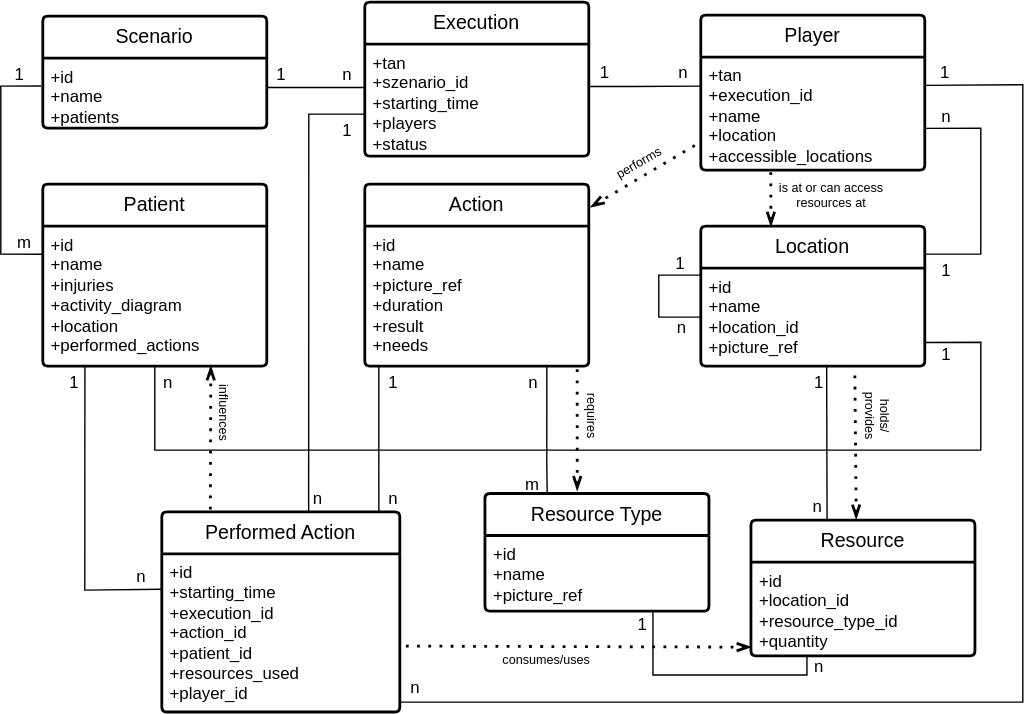
MANVSim/MANVSim keeps this draw.io diagram as doc/server/entity_relation_runtime.svg. Above is the earlier version. Source tidied: cells renumbered, new cells last; positions are measured from the earlier drawing's top-left corner, leaving out a move shared by most shapes.
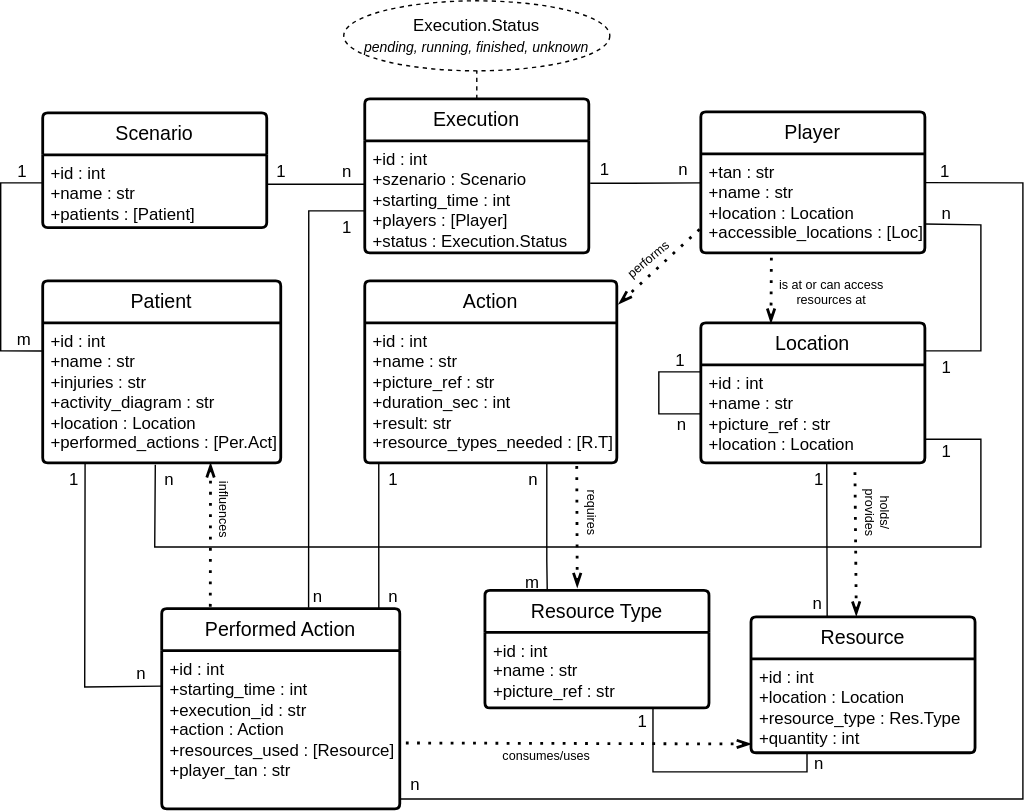
Above is the later version.

What changed in the source:
```diff
@@ -3,18 +3,18 @@
     <mxCell id="0" />
     <mxCell id="1" parent="0" />
     <mxCell id="2" value="Scenario" style="swimlane;horizontal=1;startSize=30;rounded=1;fontSize=14;fontStyle=0;strokeWidth=2;shadow=0;dashed=0;align=center;arcSize=4;whiteSpace=wrap;html=1;" parent="1" vertex="1">
-      <mxGeometry x="30" y="10" width="160" height="80" as="geometry" />
+      <mxGeometry x="30" y="10" width="160" height="82" as="geometry" />
     </mxCell>
-    <mxCell id="3" value="+id&lt;div&gt;+name&lt;br&gt;&lt;/div&gt;&lt;div&gt;+patients&lt;/div&gt;" style="align=left;strokeColor=none;fillColor=none;spacingLeft=4;fontSize=12;verticalAlign=top;html=1;" parent="2" vertex="1">
-      <mxGeometry y="30" width="160" height="50" as="geometry" />
+    <mxCell id="3" value="+id : int&lt;div&gt;+name : str&lt;br&gt;&lt;/div&gt;&lt;div&gt;+patients : [Patient]&lt;/div&gt;" style="align=left;strokeColor=none;fillColor=none;spacingLeft=4;fontSize=12;verticalAlign=top;html=1;" parent="2" vertex="1">
+      <mxGeometry y="30" width="160" height="52" as="geometry" />
     </mxCell>
     <mxCell id="4" value="Patient" style="swimlane;horizontal=1;startSize=30;rounded=1;fontSize=14;fontStyle=0;strokeWidth=2;shadow=0;dashed=0;align=center;arcSize=4;whiteSpace=wrap;html=1;" parent="1" vertex="1">
-      <mxGeometry x="30" y="130" width="160" height="130" as="geometry" />
+      <mxGeometry x="30" y="130" width="170" height="130" as="geometry" />
     </mxCell>
-    <mxCell id="5" value="+id&lt;div&gt;+name&lt;br&gt;&lt;/div&gt;&lt;div&gt;+injuries&lt;/div&gt;&lt;div&gt;+activity_diagram&lt;/div&gt;&lt;div&gt;+location&lt;/div&gt;&lt;div&gt;+performed_actions&lt;/div&gt;" style="align=left;strokeColor=none;fillColor=none;spacingLeft=4;fontSize=12;verticalAlign=top;html=1;" parent="4" vertex="1">
-      <mxGeometry y="30" width="160" height="100" as="geometry" />
+    <mxCell id="5" value="+id : int&lt;div&gt;+name : str&lt;br&gt;&lt;/div&gt;&lt;div&gt;+injuries : str&lt;/div&gt;&lt;div&gt;+activity_diagram : str&lt;/div&gt;&lt;div&gt;+location : Location&lt;/div&gt;&lt;div&gt;+performed_actions : [Per.Act]&lt;/div&gt;" style="align=left;strokeColor=none;fillColor=none;spacingLeft=4;fontSize=12;verticalAlign=top;html=1;" parent="4" vertex="1">
+      <mxGeometry y="30" width="170" height="100" as="geometry" />
     </mxCell>
-    <mxCell id="6" style="endArrow=none;html=1;rounded=0;entryX=-0.007;entryY=0.399;entryDx=0;entryDy=0;exitX=-0.001;exitY=0.201;exitDx=0;exitDy=0;exitPerimeter=0;entryPerimeter=0;" parent="1" edge="1" source="5" target="3">
+    <mxCell id="6" style="endArrow=none;html=1;rounded=0;entryX=0.003;entryY=0.385;entryDx=0;entryDy=0;exitX=-0.001;exitY=0.201;exitDx=0;exitDy=0;exitPerimeter=0;entryPerimeter=0;" parent="1" edge="1" source="5" target="3">
       <mxGeometry relative="1" as="geometry">
         <Array as="points">
           <mxPoint y="180" />
@@ -33,22 +33,22 @@
       </mxGeometry>
     </mxCell>
     <mxCell id="9" value="Action" style="swimlane;horizontal=1;startSize=30;rounded=1;fontSize=14;fontStyle=0;strokeWidth=2;shadow=0;dashed=0;align=center;arcSize=4;whiteSpace=wrap;html=1;" parent="1" vertex="1">
-      <mxGeometry x="260" y="130" width="160" height="130" as="geometry" />
+      <mxGeometry x="260" y="130" width="180" height="130" as="geometry" />
     </mxCell>
-    <mxCell id="10" value="+id&lt;div&gt;+name&lt;br&gt;&lt;/div&gt;&lt;div&gt;+picture_ref&lt;/div&gt;&lt;div&gt;+duration&lt;/div&gt;&lt;div&gt;+result&lt;/div&gt;&lt;div&gt;+needs&lt;/div&gt;" style="align=left;strokeColor=none;fillColor=none;spacingLeft=4;fontSize=12;verticalAlign=top;html=1;" parent="9" vertex="1">
-      <mxGeometry y="30" width="160" height="100" as="geometry" />
+    <mxCell id="10" value="+id : int&lt;div&gt;+name : str&lt;br&gt;&lt;/div&gt;&lt;div&gt;+picture_ref : str&lt;/div&gt;&lt;div&gt;+duration_sec : int&lt;/div&gt;&lt;div&gt;+result: str&lt;/div&gt;&lt;div&gt;+resource_types_needed : [R.T]&lt;/div&gt;" style="align=left;strokeColor=none;fillColor=none;spacingLeft=4;fontSize=12;verticalAlign=top;html=1;" parent="9" vertex="1">
+      <mxGeometry y="30" width="180" height="100" as="geometry" />
     </mxCell>
     <mxCell id="11" value="Execution" style="swimlane;horizontal=1;startSize=30;rounded=1;fontSize=14;fontStyle=0;strokeWidth=2;shadow=0;dashed=0;align=center;arcSize=4;whiteSpace=wrap;html=1;" parent="1" vertex="1">
       <mxGeometry x="260" width="160" height="110" as="geometry" />
     </mxCell>
-    <mxCell id="12" value="&lt;div&gt;+tan&lt;/div&gt;&lt;div&gt;+szenario_id&lt;/div&gt;&lt;div&gt;+starting_time&lt;/div&gt;&lt;div&gt;+players&lt;/div&gt;&lt;div&gt;+status&lt;/div&gt;" style="align=left;strokeColor=none;fillColor=none;spacingLeft=4;fontSize=12;verticalAlign=top;html=1;" parent="11" vertex="1">
+    <mxCell id="12" value="&lt;div&gt;+id : int&lt;/div&gt;&lt;div&gt;+szenario : Scenario&lt;/div&gt;&lt;div&gt;+starting_time : int&lt;/div&gt;&lt;div&gt;+players : [Player]&lt;/div&gt;&lt;div&gt;+status : Execution.Status&lt;/div&gt;" style="align=left;strokeColor=none;fillColor=none;spacingLeft=4;fontSize=12;verticalAlign=top;html=1;" parent="11" vertex="1">
       <mxGeometry y="30" width="160" height="80" as="geometry" />
     </mxCell>
     <mxCell id="13" value="Player" style="swimlane;horizontal=1;startSize=30;rounded=1;fontSize=14;fontStyle=0;strokeWidth=2;shadow=0;dashed=0;align=center;arcSize=4;whiteSpace=wrap;html=1;" parent="1" vertex="1">
-      <mxGeometry x="500" y="9.3" width="160" height="110.7" as="geometry" />
+      <mxGeometry x="500" y="9.3" width="160" height="100.7" as="geometry" />
     </mxCell>
-    <mxCell id="14" value="+tan&lt;div&gt;+execution_id&lt;br&gt;&lt;div&gt;+name&lt;br&gt;&lt;/div&gt;&lt;/div&gt;&lt;div&gt;+location&lt;/div&gt;&lt;div&gt;+accessible_locations&lt;/div&gt;" style="align=left;strokeColor=none;fillColor=none;spacingLeft=4;fontSize=12;verticalAlign=top;html=1;" parent="13" vertex="1">
-      <mxGeometry y="30" width="160" height="80.7" as="geometry" />
+    <mxCell id="14" value="+tan : str&lt;div&gt;&lt;div&gt;+name : str&lt;br&gt;&lt;/div&gt;&lt;/div&gt;&lt;div&gt;+location : Location&lt;/div&gt;&lt;div&gt;+accessible_locations : [Loc]&lt;/div&gt;" style="align=left;strokeColor=none;fillColor=none;spacingLeft=4;fontSize=12;verticalAlign=top;html=1;" parent="13" vertex="1">
+      <mxGeometry y="30" width="160" height="70.7" as="geometry" />
     </mxCell>
     <mxCell id="15" style="endArrow=none;html=1;rounded=0;" parent="1" edge="1">
       <mxGeometry relative="1" as="geometry">
@@ -70,19 +70,19 @@
     <mxCell id="18" value="Location" style="swimlane;horizontal=1;startSize=30;rounded=1;fontSize=14;fontStyle=0;strokeWidth=2;shadow=0;dashed=0;align=center;arcSize=4;whiteSpace=wrap;html=1;" parent="1" vertex="1">
       <mxGeometry x="500" y="160" width="160" height="100" as="geometry" />
     </mxCell>
-    <mxCell id="19" value="+id&lt;div&gt;+name&lt;br&gt;&lt;/div&gt;&lt;div&gt;+location_id&lt;/div&gt;&lt;div&gt;+picture_ref&lt;/div&gt;" style="align=left;strokeColor=none;fillColor=none;spacingLeft=4;fontSize=12;verticalAlign=top;html=1;" parent="18" vertex="1">
+    <mxCell id="19" value="+id : int&lt;div&gt;+name : str&lt;br&gt;&lt;/div&gt;&lt;div&gt;+&lt;span style=&quot;background-color: initial;&quot;&gt;picture_ref : str&amp;nbsp;&lt;/span&gt;&lt;/div&gt;&lt;div&gt;+&lt;span style=&quot;background-color: initial;&quot;&gt;location : Location&lt;/span&gt;&lt;/div&gt;" style="align=left;strokeColor=none;fillColor=none;spacingLeft=4;fontSize=12;verticalAlign=top;html=1;" parent="18" vertex="1">
       <mxGeometry y="30" width="160" height="70" as="geometry" />
     </mxCell>
     <mxCell id="20" value="Resource" style="swimlane;horizontal=1;startSize=30;rounded=1;fontSize=14;fontStyle=0;strokeWidth=2;shadow=0;dashed=0;align=center;arcSize=4;whiteSpace=wrap;html=1;" parent="1" vertex="1">
       <mxGeometry x="535.8" y="370" width="160" height="97" as="geometry" />
     </mxCell>
-    <mxCell id="21" value="+id&lt;div&gt;+location_id&lt;/div&gt;&lt;div&gt;+resource_type_id&lt;br&gt;+quantity&lt;/div&gt;" style="align=left;strokeColor=none;fillColor=none;spacingLeft=4;fontSize=12;verticalAlign=top;html=1;" parent="20" vertex="1">
+    <mxCell id="21" value="+id : int&lt;div&gt;+location : Location&amp;nbsp;&lt;/div&gt;&lt;div&gt;+resource_type : Res.Type&lt;br&gt;+quantity : int&lt;/div&gt;" style="align=left;strokeColor=none;fillColor=none;spacingLeft=4;fontSize=12;verticalAlign=top;html=1;" parent="20" vertex="1">
       <mxGeometry y="30" width="160" height="67" as="geometry" />
     </mxCell>
     <mxCell id="22" value="Resource Type" style="swimlane;horizontal=1;startSize=30;rounded=1;fontSize=14;fontStyle=0;strokeWidth=2;shadow=0;dashed=0;align=center;arcSize=4;whiteSpace=wrap;html=1;" parent="1" vertex="1">
       <mxGeometry x="345.8" y="351" width="160" height="84" as="geometry" />
     </mxCell>
-    <mxCell id="23" value="+id&lt;div&gt;+name&lt;br&gt;&lt;/div&gt;&lt;div&gt;+picture_ref&lt;/div&gt;" style="align=left;strokeColor=none;fillColor=none;spacingLeft=4;fontSize=12;verticalAlign=top;html=1;" parent="22" vertex="1">
+    <mxCell id="23" value="+id : int&lt;div&gt;+name : str&lt;br&gt;&lt;/div&gt;&lt;div&gt;+picture_ref : str&lt;/div&gt;" style="align=left;strokeColor=none;fillColor=none;spacingLeft=4;fontSize=12;verticalAlign=top;html=1;" parent="22" vertex="1">
       <mxGeometry y="30" width="160" height="54" as="geometry" />
     </mxCell>
     <mxCell id="24" style="endArrow=none;html=1;rounded=0;exitX=0;exitY=0;exitDx=0;exitDy=0;" parent="1" edge="1">
@@ -103,7 +103,7 @@
     <mxCell id="26" value="1" style="html=1;whiteSpace=wrap;align=right;verticalAlign=bottom;" parent="1" vertex="1">
       <mxGeometry x="490" y="195" as="geometry" />
     </mxCell>
-    <mxCell id="27" style="endArrow=none;html=1;rounded=0;exitX=1;exitY=0.759;exitDx=0;exitDy=0;exitPerimeter=0;entryX=0.5;entryY=1;entryDx=0;entryDy=0;" parent="1" edge="1" source="19" target="4">
+    <mxCell id="27" style="endArrow=none;html=1;rounded=0;exitX=1;exitY=0.759;exitDx=0;exitDy=0;exitPerimeter=0;entryX=0.473;entryY=1.013;entryDx=0;entryDy=0;entryPerimeter=0;" parent="1" edge="1" source="19" target="5">
       <mxGeometry relative="1" as="geometry">
         <Array as="points">
           <mxPoint x="700" y="243" />
@@ -141,7 +141,7 @@
     <mxCell id="33" value="1" style="html=1;whiteSpace=wrap;align=right;verticalAlign=bottom;" parent="1" vertex="1">
       <mxGeometry x="589" y="280" as="geometry" />
     </mxCell>
-    <mxCell id="34" style="endArrow=none;html=1;rounded=0;entryX=1;entryY=0.25;entryDx=0;entryDy=0;exitX=0.999;exitY=0.631;exitDx=0;exitDy=0;strokeColor=#000000;exitPerimeter=0;" parent="1" edge="1" source="14">
+    <mxCell id="34" style="endArrow=none;html=1;rounded=0;entryX=1;entryY=0.25;entryDx=0;entryDy=0;exitX=0.998;exitY=0.708;exitDx=0;exitDy=0;strokeColor=#000000;exitPerimeter=0;" parent="1" edge="1" source="14">
       <mxGeometry relative="1" as="geometry">
         <mxPoint x="660" y="180" as="targetPoint" />
         <Array as="points">
@@ -199,13 +199,13 @@
     <mxCell id="44" value="n" style="html=1;whiteSpace=wrap;align=right;verticalAlign=bottom;" parent="1" vertex="1">
       <mxGeometry x="589" y="483" as="geometry" />
     </mxCell>
-    <mxCell id="45" style="endArrow=none;dashed=1;html=1;dashPattern=1 3;strokeWidth=2;rounded=0;startArrow=openThin;startFill=0;exitX=0.75;exitY=1;exitDx=0;exitDy=0;entryX=0.204;entryY=-0.006;entryDx=0;entryDy=0;entryPerimeter=0;" parent="1" edge="1" source="4" target="53">
+    <mxCell id="45" style="endArrow=none;dashed=1;html=1;dashPattern=1 3;strokeWidth=2;rounded=0;startArrow=openThin;startFill=0;exitX=0.705;exitY=1.002;exitDx=0;exitDy=0;entryX=0.204;entryY=-0.006;entryDx=0;entryDy=0;entryPerimeter=0;exitPerimeter=0;" parent="1" edge="1" source="5" target="53">
       <mxGeometry relative="1" as="geometry" />
     </mxCell>
     <mxCell id="46" value="influences" style="text;html=1;align=center;verticalAlign=middle;whiteSpace=wrap;rounded=0;fontSize=9;rotation=90;" parent="1" vertex="1">
       <mxGeometry x="121.8" y="290.6" width="75.5" height="5" as="geometry" />
     </mxCell>
-    <mxCell id="47" style="endArrow=none;dashed=1;html=1;dashPattern=1 3;strokeWidth=2;rounded=0;startArrow=openThin;startFill=0;entryX=0.948;entryY=0.998;entryDx=0;entryDy=0;entryPerimeter=0;exitX=0.412;exitY=-0.027;exitDx=0;exitDy=0;exitPerimeter=0;" parent="1" edge="1" source="22" target="10">
+    <mxCell id="47" style="endArrow=none;dashed=1;html=1;dashPattern=1 3;strokeWidth=2;rounded=0;startArrow=openThin;startFill=0;entryX=0.841;entryY=1.002;entryDx=0;entryDy=0;entryPerimeter=0;exitX=0.412;exitY=-0.027;exitDx=0;exitDy=0;exitPerimeter=0;" parent="1" edge="1" source="22" target="10">
       <mxGeometry relative="1" as="geometry" />
     </mxCell>
     <mxCell id="48" value="requires" style="text;html=1;align=center;verticalAlign=middle;whiteSpace=wrap;rounded=0;fontSize=9;rotation=90;" parent="1" vertex="1">
@@ -219,10 +219,9 @@
     <mxCell id="50" value="holds/&lt;br&gt;provides" style="text;html=1;align=center;verticalAlign=middle;whiteSpace=wrap;rounded=0;fontSize=9;rotation=90;" parent="1" vertex="1">
       <mxGeometry x="600" y="280" width="53.8" height="31.2" as="geometry" />
     </mxCell>
-    <mxCell id="51" style="endArrow=none;dashed=1;html=1;dashPattern=1 3;strokeWidth=2;rounded=0;startArrow=openThin;startFill=0;entryX=0.687;entryY=1.003;entryDx=0;entryDy=0;entryPerimeter=0;" parent="1" edge="1">
+    <mxCell id="51" style="endArrow=none;dashed=1;html=1;dashPattern=1 3;strokeWidth=2;rounded=0;startArrow=openThin;startFill=0;entryX=0.315;entryY=0.991;entryDx=0;entryDy=0;entryPerimeter=0;" parent="1" edge="1" target="14">
       <mxGeometry relative="1" as="geometry">
         <mxPoint x="550.1" y="160" as="sourcePoint" />
-        <mxPoint x="550" y="120.2" as="targetPoint" />
       </mxGeometry>
     </mxCell>
     <mxCell id="52" value="is at or can access resources at" style="text;html=1;align=center;verticalAlign=middle;whiteSpace=wrap;rounded=0;fontSize=9;rotation=0;" parent="1" vertex="1">
@@ -231,7 +230,7 @@
     <mxCell id="53" value="Performed Action" style="swimlane;horizontal=1;startSize=30;rounded=1;fontSize=14;fontStyle=0;strokeWidth=2;shadow=0;dashed=0;align=center;arcSize=4;whiteSpace=wrap;html=1;" parent="1" vertex="1">
       <mxGeometry x="115" y="364.1" width="170" height="143" as="geometry" />
     </mxCell>
-    <mxCell id="54" value="+id&lt;div&gt;+starting_time&lt;br&gt;&lt;/div&gt;&lt;div&gt;+execution_id&lt;/div&gt;&lt;div&gt;+action_id&lt;/div&gt;&lt;div&gt;+patient_id&lt;/div&gt;&lt;div&gt;+resources_used&lt;/div&gt;&lt;div&gt;+player_id&lt;/div&gt;" style="align=left;strokeColor=none;fillColor=none;spacingLeft=4;fontSize=12;verticalAlign=top;html=1;" parent="53" vertex="1">
+    <mxCell id="54" value="+id : int&lt;div&gt;+starting_time : int&lt;br&gt;&lt;/div&gt;&lt;div&gt;+execution_id : str&lt;/div&gt;&lt;div&gt;+action : Action&lt;/div&gt;&lt;div&gt;+resources_used : [Resource]&lt;/div&gt;&lt;div&gt;+player_tan : str&lt;/div&gt;" style="align=left;strokeColor=none;fillColor=none;spacingLeft=4;fontSize=12;verticalAlign=top;html=1;" parent="53" vertex="1">
       <mxGeometry y="30" width="170" height="113" as="geometry" />
     </mxCell>
     <mxCell id="55" style="endArrow=none;html=1;rounded=0;exitX=0;exitY=0.75;exitDx=0;exitDy=0;entryX=0.617;entryY=-0.004;entryDx=0;entryDy=0;entryPerimeter=0;" parent="1" edge="1" target="53">
@@ -250,7 +249,7 @@
     <mxCell id="57" value="1" style="html=1;whiteSpace=wrap;align=right;verticalAlign=bottom;" parent="1" vertex="1">
       <mxGeometry x="252" y="100" as="geometry" />
     </mxCell>
-    <mxCell id="58" style="endArrow=none;html=1;rounded=0;entryX=-0.001;entryY=0.224;entryDx=0;entryDy=0;exitX=0.188;exitY=1.001;exitDx=0;exitDy=0;exitPerimeter=0;entryPerimeter=0;" parent="1" edge="1" source="5" target="54">
+    <mxCell id="58" style="endArrow=none;html=1;rounded=0;entryX=-0.001;entryY=0.224;entryDx=0;entryDy=0;exitX=0.178;exitY=0.997;exitDx=0;exitDy=0;exitPerimeter=0;entryPerimeter=0;" parent="1" edge="1" source="5" target="54">
       <mxGeometry relative="1" as="geometry">
         <Array as="points">
           <mxPoint x="60" y="420" />
@@ -281,12 +280,12 @@
     <mxCell id="63" value="1" style="html=1;whiteSpace=wrap;align=right;verticalAlign=bottom;" parent="1" vertex="1">
       <mxGeometry x="285" y="280" as="geometry" />
     </mxCell>
-    <mxCell id="64" style="endArrow=none;html=1;rounded=0;entryX=1;entryY=0.25;entryDx=0;entryDy=0;" parent="1" edge="1" target="14">
+    <mxCell id="64" style="endArrow=none;html=1;rounded=0;entryX=0.999;entryY=0.29;entryDx=0;entryDy=0;entryPerimeter=0;" parent="1" edge="1" target="14">
       <mxGeometry relative="1" as="geometry">
         <mxPoint x="285" y="500" as="sourcePoint" />
         <Array as="points">
           <mxPoint x="730" y="500" />
-          <mxPoint x="730" y="59" />
+          <mxPoint x="730" y="60" />
         </Array>
       </mxGeometry>
     </mxCell>
@@ -303,8 +302,8 @@
     <mxCell id="67" style="endArrow=none;dashed=1;html=1;dashPattern=1 3;strokeWidth=2;rounded=0;startArrow=openThin;startFill=0;entryX=0;entryY=0.75;entryDx=0;entryDy=0;exitX=1.008;exitY=0.126;exitDx=0;exitDy=0;exitPerimeter=0;" parent="1" edge="1" source="9" target="14">
       <mxGeometry relative="1" as="geometry" />
     </mxCell>
-    <mxCell id="68" value="performs" style="text;html=1;align=center;verticalAlign=middle;whiteSpace=wrap;rounded=0;fontSize=9;rotation=-30;" parent="1" vertex="1">
-      <mxGeometry x="421.4" y="109.6" width="70" height="10" as="geometry" />
+    <mxCell id="68" value="performs" style="text;html=1;align=center;verticalAlign=middle;whiteSpace=wrap;rounded=0;fontSize=9;rotation=-40;" parent="1" vertex="1">
+      <mxGeometry x="428" y="110" width="70" height="10" as="geometry" />
     </mxCell>
     <mxCell id="69" style="endArrow=none;dashed=1;html=1;dashPattern=1 3;strokeWidth=2;rounded=0;startArrow=openThin;startFill=0;exitX=-0.004;exitY=0.907;exitDx=0;exitDy=0;entryX=1;entryY=0.569;entryDx=0;entryDy=0;entryPerimeter=0;exitPerimeter=0;" parent="1" edge="1">
       <mxGeometry relative="1" as="geometry">
@@ -315,5 +314,11 @@
     <mxCell id="70" value="consumes/uses" style="text;html=1;align=center;verticalAlign=middle;whiteSpace=wrap;rounded=0;fontSize=9;rotation=0;" parent="1" vertex="1">
       <mxGeometry x="355" y="460" width="70" height="20" as="geometry" />
     </mxCell>
+    <mxCell id="71" value="Execution.Status&lt;br&gt;&lt;i&gt;&lt;font style=&quot;font-size: 10px;&quot;&gt;pending, running, finished, unknown&lt;/font&gt;&lt;/i&gt;" style="ellipse;whiteSpace=wrap;html=1;align=center;dashed=1;" parent="1" vertex="1">
+      <mxGeometry x="245" y="-70" width="190" height="50" as="geometry" />
+    </mxCell>
+    <mxCell id="72" style="endArrow=none;dashed=1;html=1;rounded=0;exitX=0.5;exitY=0;exitDx=0;exitDy=0;entryX=0.5;entryY=1;entryDx=0;entryDy=0;" parent="1" edge="1" source="11" target="71">
+      <mxGeometry relative="1" as="geometry" />
+    </mxCell>
   </root>
 </mxGraphModel>
```
